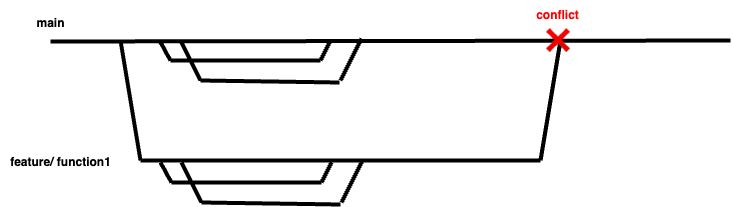
The draw.io diagram featureflag.png in Rwatana/DrawImages, before a commit. Source tidied: cells renumbered, new cells last; positions are measured from the earlier drawing's top-left corner, leaving out a move shared by most shapes. Its diagram source:
```xml
<mxGraphModel>
  <root>
    <mxCell id="0" />
    <mxCell id="1" parent="0" />
    <mxCell id="2" value="&lt;b&gt;main&lt;/b&gt;" style="text;html=1;align=center;verticalAlign=middle;points=[];strokeColor=none;fillColor=none;" parent="1" vertex="1">
      <mxGeometry x="25" y="8" width="50" height="30" as="geometry" />
    </mxCell>
    <mxCell id="3" style="endArrow=none;html=1;rounded=0;exitX=0.5;exitY=1.1;exitDx=0;exitDy=0;exitPerimeter=0;strokeWidth=4;" parent="1" edge="1" source="2">
      <mxGeometry relative="1" as="geometry">
        <mxPoint x="730" y="40" as="targetPoint" />
      </mxGeometry>
    </mxCell>
    <mxCell id="4" style="endArrow=none;html=1;rounded=0;strokeWidth=4;strokeColor=#000000;" parent="1" edge="1">
      <mxGeometry relative="1" as="geometry">
        <mxPoint x="140" y="160" as="sourcePoint" />
        <mxPoint x="120" y="40" as="targetPoint" />
      </mxGeometry>
    </mxCell>
    <mxCell id="5" value="&lt;b&gt;feature/ function1&lt;/b&gt;" style="text;html=1;align=center;verticalAlign=middle;strokeColor=none;fillColor=none;" parent="1" vertex="1">
      <mxGeometry y="147" width="120" height="30" as="geometry" />
    </mxCell>
    <mxCell id="6" style="endArrow=none;html=1;rounded=0;strokeWidth=4;strokeColor=#000000;" parent="1" edge="1">
      <mxGeometry relative="1" as="geometry">
        <mxPoint x="540" y="160" as="sourcePoint" />
        <mxPoint x="140" y="160" as="targetPoint" />
      </mxGeometry>
    </mxCell>
    <mxCell id="7" style="endArrow=none;html=1;rounded=0;strokeWidth=4;" parent="1" edge="1">
      <mxGeometry relative="1" as="geometry">
        <mxPoint x="159" y="40" as="sourcePoint" />
        <mxPoint x="170" y="60" as="targetPoint" />
      </mxGeometry>
    </mxCell>
    <mxCell id="8" style="endArrow=none;html=1;rounded=0;strokeWidth=4;" parent="1" edge="1">
      <mxGeometry relative="1" as="geometry">
        <mxPoint x="170" y="60" as="sourcePoint" />
        <mxPoint x="320" y="60" as="targetPoint" />
      </mxGeometry>
    </mxCell>
    <mxCell id="9" style="endArrow=none;html=1;rounded=0;strokeWidth=4;" parent="1" edge="1">
      <mxGeometry relative="1" as="geometry">
        <mxPoint x="330" y="40" as="sourcePoint" />
        <mxPoint x="320" y="60" as="targetPoint" />
      </mxGeometry>
    </mxCell>
    <mxCell id="10" style="endArrow=none;html=1;rounded=0;strokeWidth=4;" parent="1" edge="1">
      <mxGeometry relative="1" as="geometry">
        <mxPoint x="180" y="40" as="sourcePoint" />
        <mxPoint x="200" y="80" as="targetPoint" />
      </mxGeometry>
    </mxCell>
    <mxCell id="11" style="endArrow=none;html=1;rounded=0;strokeWidth=4;" parent="1" edge="1">
      <mxGeometry relative="1" as="geometry">
        <mxPoint x="200" y="80" as="sourcePoint" />
        <mxPoint x="339" y="82" as="targetPoint" />
      </mxGeometry>
    </mxCell>
    <mxCell id="12" style="endArrow=none;html=1;rounded=0;strokeWidth=4;" parent="1" edge="1">
      <mxGeometry relative="1" as="geometry">
        <mxPoint x="361" y="38" as="sourcePoint" />
        <mxPoint x="340" y="80" as="targetPoint" />
      </mxGeometry>
    </mxCell>
    <mxCell id="13" style="endArrow=none;html=1;rounded=0;strokeWidth=4;strokeColor=#000000;" parent="1" edge="1">
      <mxGeometry relative="1" as="geometry">
        <mxPoint x="160" y="162" as="sourcePoint" />
        <mxPoint x="171" y="182" as="targetPoint" />
      </mxGeometry>
    </mxCell>
    <mxCell id="14" style="endArrow=none;html=1;rounded=0;strokeWidth=4;strokeColor=#000000;" parent="1" edge="1">
      <mxGeometry relative="1" as="geometry">
        <mxPoint x="171" y="182" as="sourcePoint" />
        <mxPoint x="321" y="182" as="targetPoint" />
      </mxGeometry>
    </mxCell>
    <mxCell id="15" style="endArrow=none;html=1;rounded=0;strokeWidth=4;strokeColor=#000000;" parent="1" edge="1">
      <mxGeometry relative="1" as="geometry">
        <mxPoint x="331" y="162" as="sourcePoint" />
        <mxPoint x="321" y="182" as="targetPoint" />
      </mxGeometry>
    </mxCell>
    <mxCell id="16" style="endArrow=none;html=1;rounded=0;strokeWidth=4;strokeColor=#000000;" parent="1" edge="1">
      <mxGeometry relative="1" as="geometry">
        <mxPoint x="181" y="162" as="sourcePoint" />
        <mxPoint x="201" y="202" as="targetPoint" />
      </mxGeometry>
    </mxCell>
    <mxCell id="17" style="endArrow=none;html=1;rounded=0;strokeWidth=4;strokeColor=#000000;" parent="1" edge="1">
      <mxGeometry relative="1" as="geometry">
        <mxPoint x="201" y="202" as="sourcePoint" />
        <mxPoint x="340" y="204" as="targetPoint" />
      </mxGeometry>
    </mxCell>
    <mxCell id="18" style="endArrow=none;html=1;rounded=0;strokeWidth=4;strokeColor=#000000;" parent="1" edge="1">
      <mxGeometry relative="1" as="geometry">
        <mxPoint x="362" y="160" as="sourcePoint" />
        <mxPoint x="341" y="202" as="targetPoint" />
      </mxGeometry>
    </mxCell>
    <mxCell id="19" style="endArrow=none;html=1;rounded=0;strokeWidth=4;strokeColor=#000000;" parent="1" edge="1">
      <mxGeometry relative="1" as="geometry">
        <mxPoint x="540" y="160" as="sourcePoint" />
        <mxPoint x="560" y="40" as="targetPoint" />
      </mxGeometry>
    </mxCell>
    <mxCell id="20" value="❌" style="text;html=1;align=center;verticalAlign=middle;strokeColor=none;fillColor=none;strokeWidth=6;fontSize=23;" parent="1" vertex="1">
      <mxGeometry x="532" y="21" width="50" height="40" as="geometry" />
    </mxCell>
    <mxCell id="21" value="&lt;b&gt;&lt;font style=&quot;color: rgb(255, 0, 0);&quot;&gt;conflict&lt;/font&gt;&lt;/b&gt;" style="text;html=1;align=center;verticalAlign=middle;strokeColor=none;fillColor=none;" parent="1" vertex="1">
      <mxGeometry x="522" width="70" height="30" as="geometry" />
    </mxCell>
  </root>
</mxGraphModel>
```
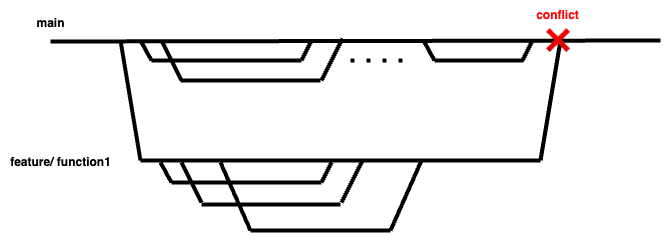
After the change.

Commit message:
featureflag.png を更新します

Change to the diagram source:
```diff
@@ -7,7 +7,7 @@
     </mxCell>
     <mxCell id="3" style="endArrow=none;html=1;rounded=0;exitX=0.5;exitY=1.1;exitDx=0;exitDy=0;exitPerimeter=0;strokeWidth=4;" parent="1" edge="1" source="2">
       <mxGeometry relative="1" as="geometry">
-        <mxPoint x="730" y="40" as="targetPoint" />
+        <mxPoint x="660" y="40" as="targetPoint" />
       </mxGeometry>
     </mxCell>
     <mxCell id="4" style="endArrow=none;html=1;rounded=0;strokeWidth=4;strokeColor=#000000;" parent="1" edge="1">
@@ -27,38 +27,38 @@
     </mxCell>
     <mxCell id="7" style="endArrow=none;html=1;rounded=0;strokeWidth=4;" parent="1" edge="1">
       <mxGeometry relative="1" as="geometry">
-        <mxPoint x="159" y="40" as="sourcePoint" />
-        <mxPoint x="170" y="60" as="targetPoint" />
+        <mxPoint x="140" y="40" as="sourcePoint" />
+        <mxPoint x="151" y="60" as="targetPoint" />
       </mxGeometry>
     </mxCell>
     <mxCell id="8" style="endArrow=none;html=1;rounded=0;strokeWidth=4;" parent="1" edge="1">
       <mxGeometry relative="1" as="geometry">
-        <mxPoint x="170" y="60" as="sourcePoint" />
-        <mxPoint x="320" y="60" as="targetPoint" />
+        <mxPoint x="301" y="60" as="sourcePoint" />
+        <mxPoint x="151" y="60" as="targetPoint" />
       </mxGeometry>
     </mxCell>
     <mxCell id="9" style="endArrow=none;html=1;rounded=0;strokeWidth=4;" parent="1" edge="1">
       <mxGeometry relative="1" as="geometry">
-        <mxPoint x="330" y="40" as="sourcePoint" />
-        <mxPoint x="320" y="60" as="targetPoint" />
+        <mxPoint x="311" y="40" as="sourcePoint" />
+        <mxPoint x="301" y="60" as="targetPoint" />
       </mxGeometry>
     </mxCell>
     <mxCell id="10" style="endArrow=none;html=1;rounded=0;strokeWidth=4;" parent="1" edge="1">
       <mxGeometry relative="1" as="geometry">
-        <mxPoint x="180" y="40" as="sourcePoint" />
-        <mxPoint x="200" y="80" as="targetPoint" />
+        <mxPoint x="161" y="40" as="sourcePoint" />
+        <mxPoint x="181" y="80" as="targetPoint" />
       </mxGeometry>
     </mxCell>
     <mxCell id="11" style="endArrow=none;html=1;rounded=0;strokeWidth=4;" parent="1" edge="1">
       <mxGeometry relative="1" as="geometry">
-        <mxPoint x="200" y="80" as="sourcePoint" />
-        <mxPoint x="339" y="82" as="targetPoint" />
+        <mxPoint x="320" y="80" as="sourcePoint" />
+        <mxPoint x="180" y="80" as="targetPoint" />
       </mxGeometry>
     </mxCell>
     <mxCell id="12" style="endArrow=none;html=1;rounded=0;strokeWidth=4;" parent="1" edge="1">
       <mxGeometry relative="1" as="geometry">
-        <mxPoint x="361" y="38" as="sourcePoint" />
-        <mxPoint x="340" y="80" as="targetPoint" />
+        <mxPoint x="342" y="38" as="sourcePoint" />
+        <mxPoint x="321" y="80" as="targetPoint" />
       </mxGeometry>
     </mxCell>
     <mxCell id="13" style="endArrow=none;html=1;rounded=0;strokeWidth=4;strokeColor=#000000;" parent="1" edge="1">
@@ -69,8 +69,8 @@
     </mxCell>
     <mxCell id="14" style="endArrow=none;html=1;rounded=0;strokeWidth=4;strokeColor=#000000;" parent="1" edge="1">
       <mxGeometry relative="1" as="geometry">
-        <mxPoint x="171" y="182" as="sourcePoint" />
-        <mxPoint x="321" y="182" as="targetPoint" />
+        <mxPoint x="321" y="182" as="sourcePoint" />
+        <mxPoint x="171" y="182" as="targetPoint" />
       </mxGeometry>
     </mxCell>
     <mxCell id="15" style="endArrow=none;html=1;rounded=0;strokeWidth=4;strokeColor=#000000;" parent="1" edge="1">
@@ -87,8 +87,8 @@
     </mxCell>
     <mxCell id="17" style="endArrow=none;html=1;rounded=0;strokeWidth=4;strokeColor=#000000;" parent="1" edge="1">
       <mxGeometry relative="1" as="geometry">
-        <mxPoint x="201" y="202" as="sourcePoint" />
-        <mxPoint x="340" y="204" as="targetPoint" />
+        <mxPoint x="340" y="204" as="sourcePoint" />
+        <mxPoint x="201" y="204" as="targetPoint" />
       </mxGeometry>
     </mxCell>
     <mxCell id="18" style="endArrow=none;html=1;rounded=0;strokeWidth=4;strokeColor=#000000;" parent="1" edge="1">
@@ -109,5 +109,47 @@
     <mxCell id="21" value="&lt;b&gt;&lt;font style=&quot;color: rgb(255, 0, 0);&quot;&gt;conflict&lt;/font&gt;&lt;/b&gt;" style="text;html=1;align=center;verticalAlign=middle;strokeColor=none;fillColor=none;" parent="1" vertex="1">
       <mxGeometry x="522" width="70" height="30" as="geometry" />
     </mxCell>
+    <mxCell id="22" style="endArrow=none;dashed=1;html=1;dashPattern=1 3;strokeWidth=4;rounded=0;" parent="1" edge="1">
+      <mxGeometry relative="1" as="geometry">
+        <mxPoint x="350" y="60" as="sourcePoint" />
+        <mxPoint x="410" y="60" as="targetPoint" />
+      </mxGeometry>
+    </mxCell>
+    <mxCell id="23" style="endArrow=none;html=1;rounded=0;strokeWidth=4;" parent="1" edge="1">
+      <mxGeometry relative="1" as="geometry">
+        <mxPoint x="423" y="40" as="sourcePoint" />
+        <mxPoint x="434" y="60" as="targetPoint" />
+      </mxGeometry>
+    </mxCell>
+    <mxCell id="24" style="endArrow=none;html=1;rounded=0;strokeWidth=4;" parent="1" edge="1">
+      <mxGeometry relative="1" as="geometry">
+        <mxPoint x="523" y="60" as="sourcePoint" />
+        <mxPoint x="434" y="60" as="targetPoint" />
+      </mxGeometry>
+    </mxCell>
+    <mxCell id="25" style="endArrow=none;html=1;rounded=0;strokeWidth=4;" parent="1" edge="1">
+      <mxGeometry relative="1" as="geometry">
+        <mxPoint x="532" y="40" as="sourcePoint" />
+        <mxPoint x="522" y="60" as="targetPoint" />
+      </mxGeometry>
+    </mxCell>
+    <mxCell id="26" style="endArrow=none;html=1;rounded=0;strokeWidth=4;strokeColor=#000000;" parent="1" edge="1">
+      <mxGeometry relative="1" as="geometry">
+        <mxPoint x="220" y="162" as="sourcePoint" />
+        <mxPoint x="250" y="230" as="targetPoint" />
+      </mxGeometry>
+    </mxCell>
+    <mxCell id="27" style="endArrow=none;html=1;rounded=0;strokeWidth=4;strokeColor=#000000;" parent="1" edge="1">
+      <mxGeometry relative="1" as="geometry">
+        <mxPoint x="390" y="230" as="sourcePoint" />
+        <mxPoint x="250" y="230" as="targetPoint" />
+      </mxGeometry>
+    </mxCell>
+    <mxCell id="28" style="endArrow=none;html=1;rounded=0;strokeWidth=4;strokeColor=#000000;" parent="1" edge="1">
+      <mxGeometry relative="1" as="geometry">
+        <mxPoint x="421" y="160" as="sourcePoint" />
+        <mxPoint x="390" y="230" as="targetPoint" />
+      </mxGeometry>
+    </mxCell>
   </root>
 </mxGraphModel>
```
